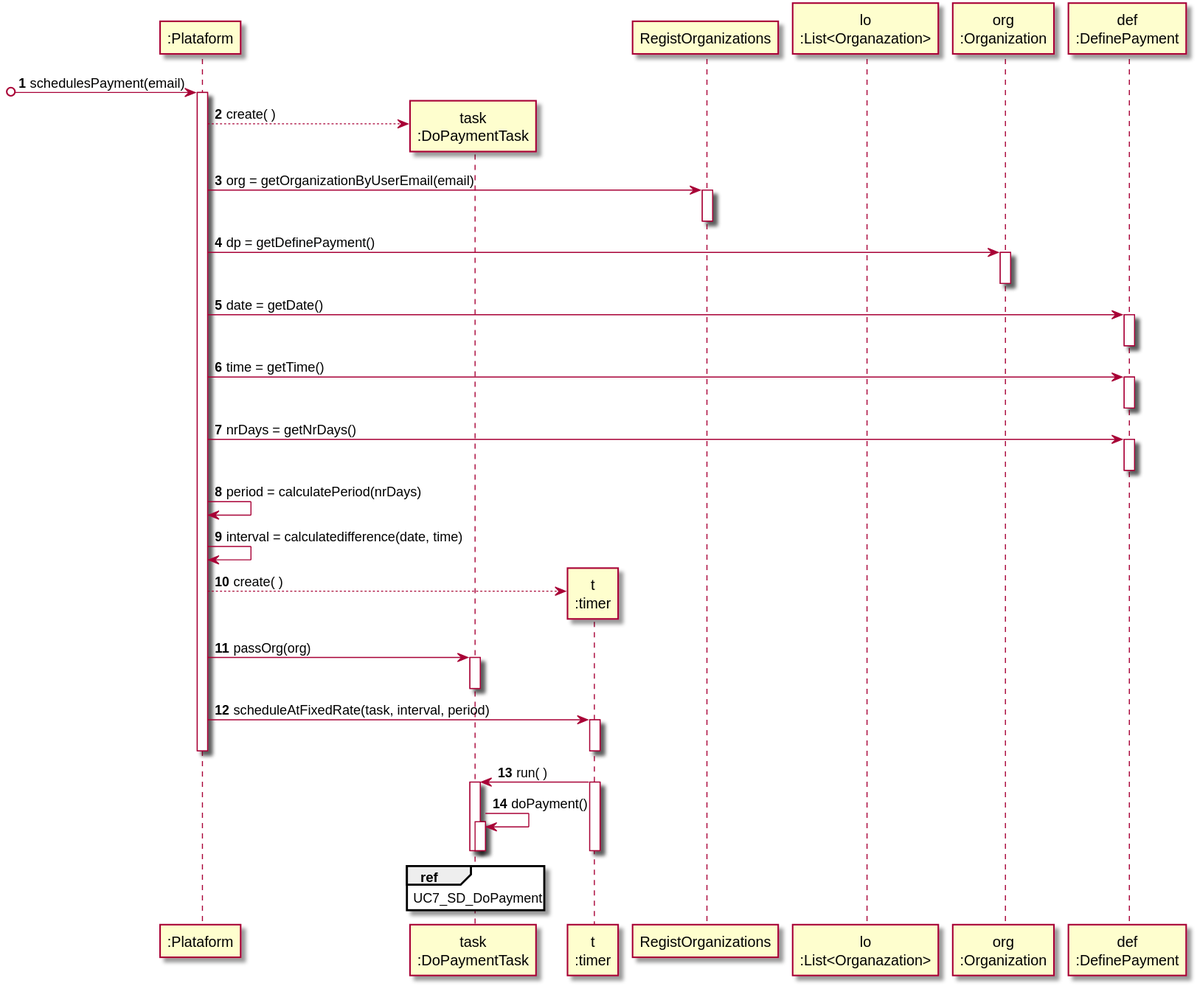
Above: docs/UC7 - Do Payment Automatically/UC7_SD.svg in 1190452/LAPR2 (PlantUML), before the change.
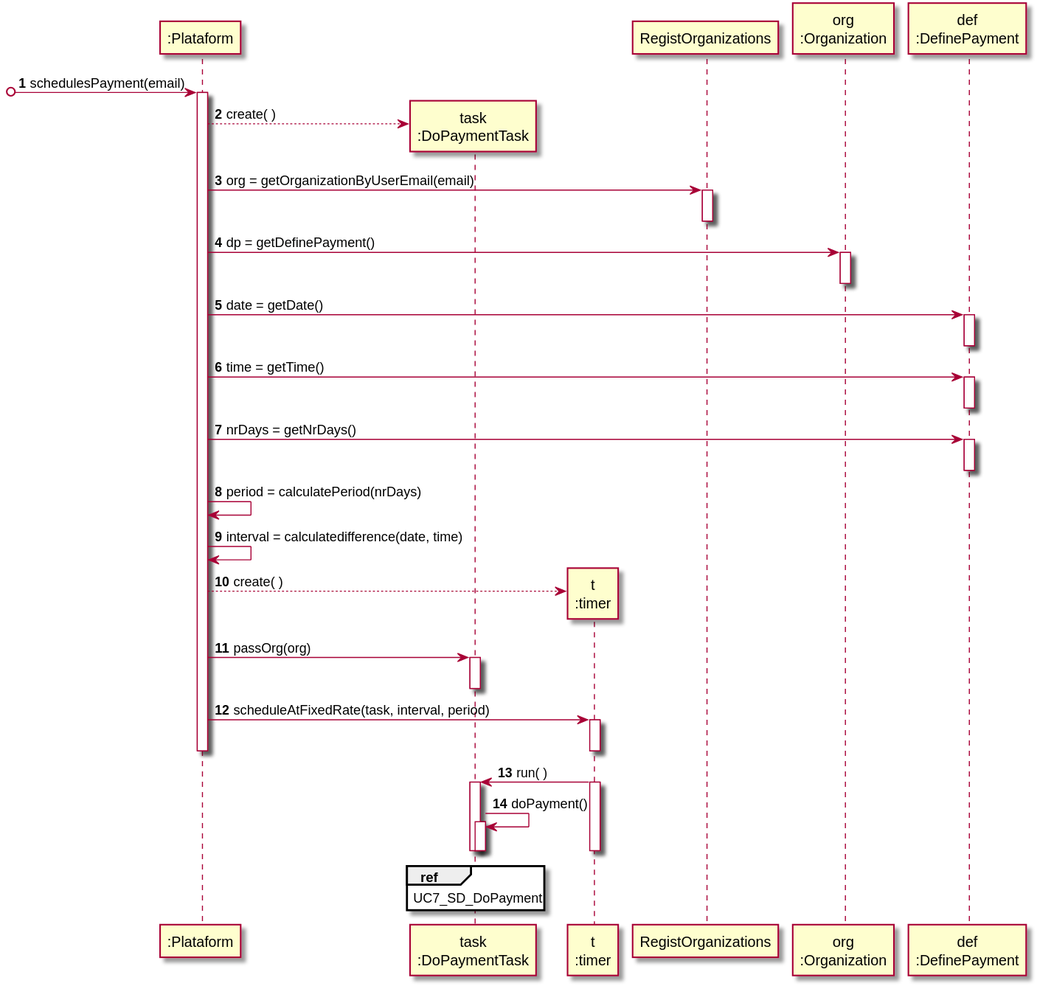
Later version of the same file.

What changed in the source:
```diff
@@ -5,7 +5,7 @@
 participant "task\n:DoPaymentTask" as TASK
 participant "t\n:timer" as TI
 participant "RegistOrganizations" as RORGS
-participant "lo\n:List<Organazation>" as LO
+
 participant "org\n:Organization" as O
 participant "def\n:DefinePayment" as DP
 
```
